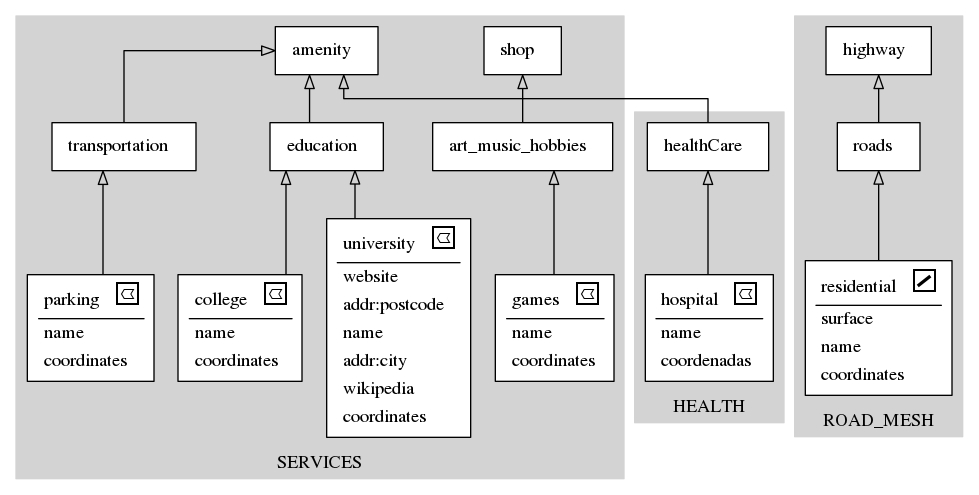
Above: schema.gv.png in vinisperandio/OSM2Diagram_optmizated (Graphviz), before the change. Its source is kept beside it as schema.gv. The source it was exported from:
```dot
digraph structs {
	node [shape=box]
	subgraph cluster_SERVICES {
		node [color=black style=filled]
		color=lightgrey style=filled
		label=SERVICES
		0[style = "filled, bold" penwidth = "1" fillcolor="white" label=<
			<TABLE color="black" border="0">
			 <TR>
				<TD align="center"><font color="black">games</font>
				<font FACE="sigmoda" POINT-SIZE="20.0"> e</font></TD>
			</TR>
			<hr/>
			<TR>
				<TD align="left">name</TD>
			 </TR>
			<TR>
				<TD align="left">coordinates</TD>
			 </TR>
			</TABLE>>]
		1[style = "filled, bold" penwidth = "1" fillcolor="white" label=<
			<TABLE color="black" border="0">
			 <TR>
				<TD align="center"><font color="black">shop</font>  </TD>
			</TR>
			</TABLE>>]
		2[style = "filled, bold" penwidth = "1" fillcolor="white" label=<
			<TABLE color="black" border="0">
			 <TR>
				<TD align="center"><font color="black">university</font>
				<font FACE="sigmoda" POINT-SIZE="20.0"> e</font></TD>
			</TR>
			<hr/>
			<TR>
				<TD align="left">website</TD>
			 </TR>
			<TR>
				<TD align="left">addr:postcode</TD>
			 </TR>
			<TR>
				<TD align="left">name</TD>
			 </TR>
			<TR>
				<TD align="left">addr:city</TD>
			 </TR>
			<TR>
				<TD align="left">wikipedia</TD>
			 </TR>
			<TR>
				<TD align="left">coordinates</TD>
			 </TR>
			</TABLE>>]
		3[style = "filled, bold" penwidth = "1" fillcolor="white" label=<
			<TABLE color="black" border="0">
			 <TR>
				<TD align="center"><font color="black">amenity</font>  </TD>
			</TR>
			</TABLE>>]
		4[style = "filled, bold" penwidth = "1" fillcolor="white" label=<
			<TABLE color="black" border="0">
			 <TR>
				<TD align="center"><font color="black">college</font>
				<font FACE="sigmoda" POINT-SIZE="20.0"> e</font></TD>
			</TR>
			<hr/>
			<TR>
				<TD align="left">name</TD>
			 </TR>
			<TR>
				<TD align="left">coordinates</TD>
			 </TR>
			</TABLE>>]
		5[style = "filled, bold" penwidth = "1" fillcolor="white" label=<
			<TABLE color="black" border="0">
			 <TR>
				<TD align="center"><font color="black">parking</font>
				<font FACE="sigmoda" POINT-SIZE="20.0"> e</font></TD>
			</TR>
			<hr/>
			<TR>
				<TD align="left">name</TD>
			 </TR>
			<TR>
				<TD align="left">coordinates</TD>
			 </TR>
			</TABLE>>]
		6[style = "filled, bold" penwidth = "1" fillcolor="white" label=<
			<TABLE color="black" border="0">
			 <TR>
				<TD align="center"><font color="black">art_music_hobbies</font>  </TD>
			</TR>
			</TABLE>>]
		7[style = "filled, bold" penwidth = "1" fillcolor="white" label=<
			<TABLE color="black" border="0">
			 <TR>
				<TD align="center"><font color="black">education</font>  </TD>
			</TR>
			</TABLE>>]
		8[style = "filled, bold" penwidth = "1" fillcolor="white" label=<
			<TABLE color="black" border="0">
			 <TR>
				<TD align="center"><font color="black">transportation</font>  </TD>
			</TR>
			</TABLE>>]
	}
	subgraph cluster_HEALTH {
		node [color=black style=filled]
		color=lightgrey style=filled
		label=HEALTH
		9[style = "filled, bold" penwidth = "1" fillcolor="white" label=<
			<TABLE color="black" border="0">
			 <TR>
				<TD align="center"><font color="black">hospital</font>
				<font FACE="sigmoda" POINT-SIZE="20.0"> e</font></TD>
			</TR>
			<hr/>
			<TR>
				<TD align="left">name</TD>
			 </TR>
			<TR>
				<TD align="left">coordenadas</TD>
			 </TR>
			</TABLE>>]
		10[style = "filled, bold" penwidth = "1" fillcolor="white" label=<
			<TABLE color="black" border="0">
			 <TR>
				<TD align="center"><font color="black">healthCare</font>  </TD>
			</TR>
			</TABLE>>]
	}
	subgraph cluster_ROAD_MESH {
		node [color=black style=filled]
		color=lightgrey style=filled
		label=ROAD_MESH
		11[style = "filled, bold" penwidth = "1" fillcolor="white" label=<
			<TABLE color="black" border="0">
			 <TR>
				<TD align="center"><font color="black">residential</font>
				<font FACE="sigmoda" POINT-SIZE="20.0"> w</font></TD>
			</TR>
			<hr/>
			<TR>
				<TD align="left">surface</TD>
			 </TR>
			<TR>
				<TD align="left">name</TD>
			 </TR>
			<TR>
				<TD align="left">coordinates</TD>
			 </TR>
			</TABLE>>]
		12[style = "filled, bold" penwidth = "1" fillcolor="white" label=<
			<TABLE color="black" border="0">
			 <TR>
				<TD align="center"><font color="black">highway</font>  </TD>
			</TR>
			</TABLE>>]
		13[style = "filled, bold" penwidth = "1" fillcolor="white" label=<
			<TABLE color="black" border="0">
			 <TR>
				<TD align="center"><font color="black">roads</font>  </TD>
			</TR>
			</TABLE>>]
	}
		10 -> 3[arrowhead=onormal]
		7 -> 3[arrowhead=onormal]
		11 -> 13[arrowhead=onormal]
		0 -> 6[arrowhead=onormal]
		6 -> 1[arrowhead=onormal]
		4 -> 7[arrowhead=onormal]
		9 -> 10[arrowhead=onormal]
		2 -> 7[arrowhead=onormal]
		13 -> 12[arrowhead=onormal]
		5 -> 8[arrowhead=onormal]
		8 -> 3[arrowhead=onormal]
	rankdir=BT
	splines=ortho
}
```
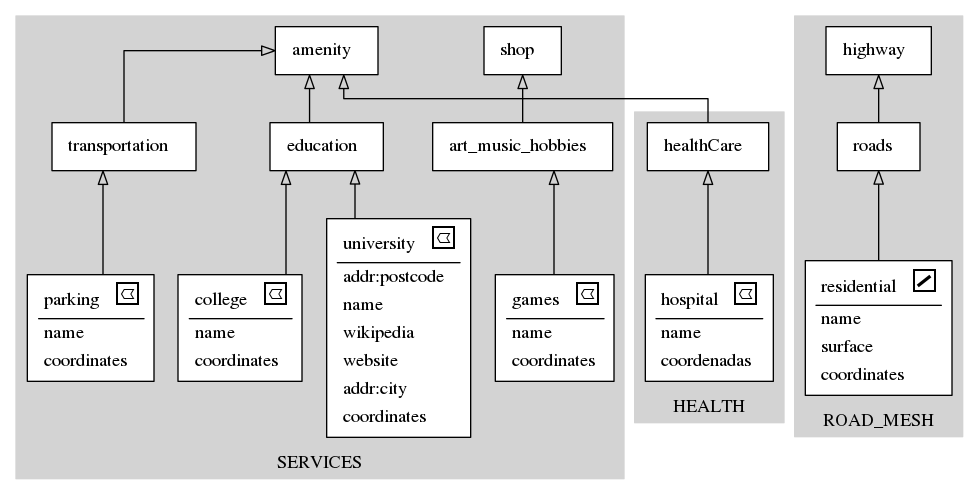
After the change.

The edit, as a diff of the source:
```diff
@@ -32,19 +32,19 @@
 			</TR>
 			<hr/>
 			<TR>
-				<TD align="left">website</TD>
-			 </TR>
-			<TR>
 				<TD align="left">addr:postcode</TD>
 			 </TR>
 			<TR>
 				<TD align="left">name</TD>
 			 </TR>
 			<TR>
-				<TD align="left">addr:city</TD>
+				<TD align="left">wikipedia</TD>
 			 </TR>
 			<TR>
-				<TD align="left">wikipedia</TD>
+				<TD align="left">website</TD>
+			 </TR>
+			<TR>
+				<TD align="left">addr:city</TD>
 			 </TR>
 			<TR>
 				<TD align="left">coordinates</TD>
@@ -140,10 +140,10 @@
 			</TR>
 			<hr/>
 			<TR>
-				<TD align="left">surface</TD>
+				<TD align="left">name</TD>
 			 </TR>
 			<TR>
-				<TD align="left">name</TD>
+				<TD align="left">surface</TD>
 			 </TR>
 			<TR>
 				<TD align="left">coordinates</TD>
@@ -162,17 +162,17 @@
 			</TR>
 			</TABLE>>]
 	}
+		2 -> 7[arrowhead=onormal]
+		5 -> 8[arrowhead=onormal]
+		11 -> 13[arrowhead=onormal]
+		9 -> 10[arrowhead=onormal]
+		6 -> 1[arrowhead=onormal]
+		8 -> 3[arrowhead=onormal]
+		7 -> 3[arrowhead=onormal]
 		10 -> 3[arrowhead=onormal]
-		7 -> 3[arrowhead=onormal]
-		11 -> 13[arrowhead=onormal]
+		13 -> 12[arrowhead=onormal]
+		4 -> 7[arrowhead=onormal]
 		0 -> 6[arrowhead=onormal]
-		6 -> 1[arrowhead=onormal]
-		4 -> 7[arrowhead=onormal]
-		9 -> 10[arrowhead=onormal]
-		2 -> 7[arrowhead=onormal]
-		13 -> 12[arrowhead=onormal]
-		5 -> 8[arrowhead=onormal]
-		8 -> 3[arrowhead=onormal]
 	rankdir=BT
 	splines=ortho
 }
```
